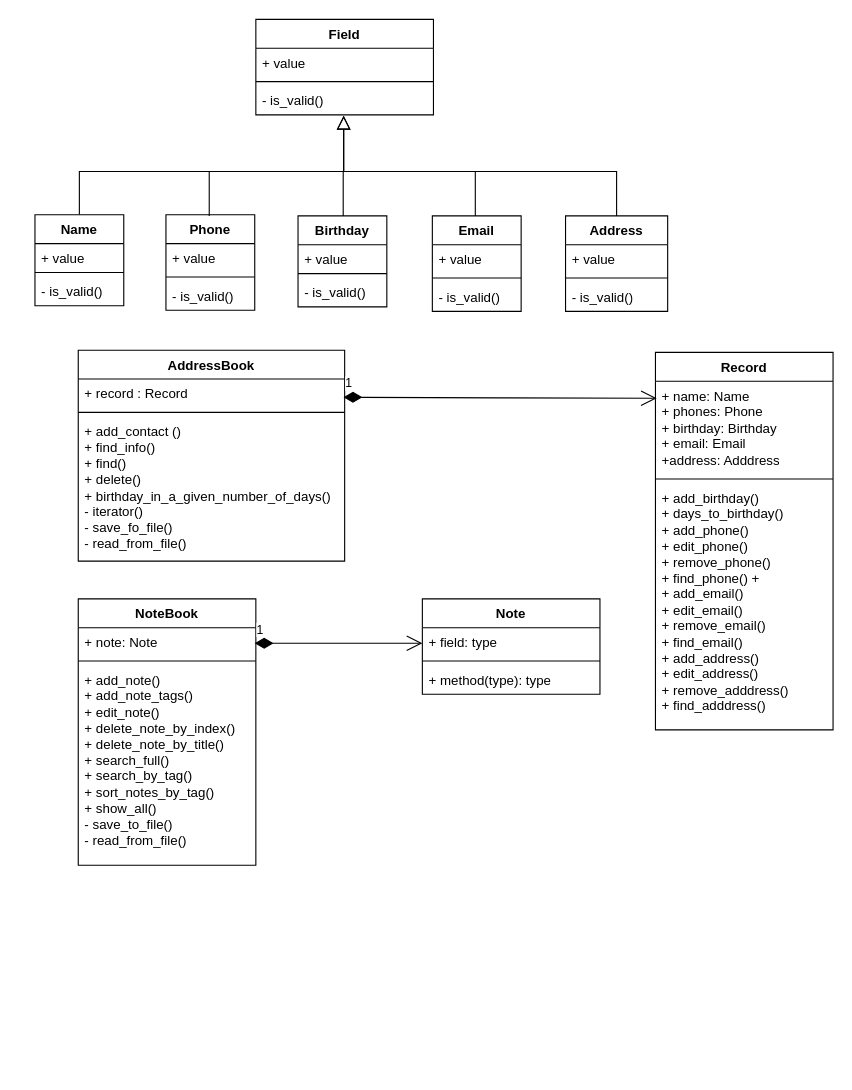
YaroslavaSegal/First_repo keeps this draw.io diagram as Homework1.drawio. Above is the earlier version. Source tidied: cells renumbered, new cells numbered last; positions are measured from the earlier drawing's top-left corner, leaving out a move shared by most shapes. Both pictures are drawn from the tidied source at 111%, with x=0, y=0 at pixel (34, 19).
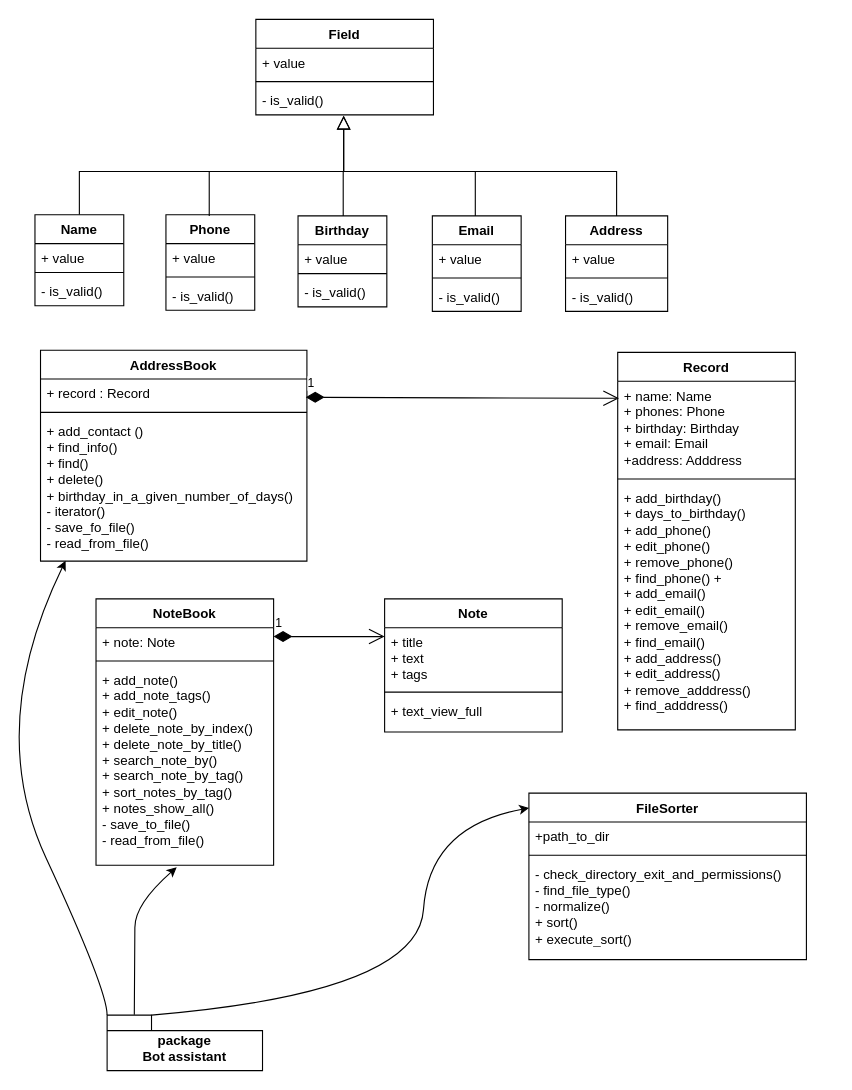
After the change.

Unchanged cells that the change refers to:
```xml
<mxCell id="36" value="+ name: Name&lt;div&gt;+ phones: Phone&lt;/div&gt;&lt;div&gt;+ birthday: Birthday&lt;/div&gt;&lt;div&gt;+ email: Email&lt;/div&gt;&lt;div&gt;+address: Adddress&lt;/div&gt;" style="text;strokeColor=none;fillColor=none;align=left;verticalAlign=top;spacingLeft=4;spacingRight=4;overflow=hidden;points=[[0,0.5],[1,0.5]];portConstraint=eastwest;whiteSpace=wrap;html=1;" parent="35" vertex="1">
  <mxGeometry y="26" width="160" height="84" as="geometry" />
</mxCell>
```

Diff of the diagram source:
```diff
@@
     <mxCell id="31" value="AddressBook" style="swimlane;fontStyle=1;align=center;verticalAlign=top;horizontal=1;startSize=26;whiteSpace=wrap;html=1;" parent="1" vertex="1">
-      <mxGeometry x="39" y="298" width="240" height="190" as="geometry" />
+      <mxGeometry x="5" y="298" width="240" height="190" as="geometry" />
     </mxCell>
@@
     <mxCell id="35" value="Record" style="swimlane;fontStyle=1;align=center;verticalAlign=top;horizontal=1;startSize=26;whiteSpace=wrap;html=1;" parent="1" vertex="1">
-      <mxGeometry x="559" y="300" width="160" height="340" as="geometry" />
+      <mxGeometry x="525" y="300" width="160" height="340" as="geometry" />
     </mxCell>
@@
     <mxCell id="39" value="1" style="endArrow=open;html=1;endSize=12;startArrow=diamondThin;startSize=14;startFill=1;edgeStyle=orthogonalEdgeStyle;align=left;verticalAlign=bottom;rounded=0;entryX=0.007;entryY=0.182;entryDx=0;entryDy=0;entryPerimeter=0;" parent="1" edge="1" target="36">
       <mxGeometry x="-1" y="3" relative="1" as="geometry">
-        <mxPoint x="278" y="340.4" as="sourcePoint" />
+        <mxPoint x="244" y="340.4" as="sourcePoint" />
       </mxGeometry>
     </mxCell>
     <mxCell id="40" value="NoteBook" style="swimlane;fontStyle=1;align=center;verticalAlign=top;horizontal=1;startSize=26;whiteSpace=wrap;html=1;" parent="1" vertex="1">
-      <mxGeometry x="39" y="522" width="160" height="240" as="geometry" />
+      <mxGeometry x="55" y="522" width="160" height="240" as="geometry" />
     </mxCell>
@@
-    <mxCell id="43" value="+ add_note()&lt;div&gt;+ add_note_tags()&lt;/div&gt;&lt;div&gt;+ edit_note()&lt;/div&gt;&lt;div&gt;+ delete_note_by_index()&lt;/div&gt;&lt;div&gt;+ delete_note_by_title()&amp;nbsp;&lt;/div&gt;&lt;div&gt;+ search_full()&lt;/div&gt;&lt;div&gt;+ search_by_tag()&lt;/div&gt;&lt;div&gt;&lt;span style=&quot;background-color: initial;&quot;&gt;+ sort_notes_by_tag()&lt;/span&gt;&lt;/div&gt;&lt;div&gt;+ show_all()&lt;/div&gt;&lt;div&gt;- save_to_file()&lt;/div&gt;&lt;div&gt;- read_from_file()&lt;/div&gt;" style="text;strokeColor=none;fillColor=none;align=left;verticalAlign=top;spacingLeft=4;spacingRight=4;overflow=hidden;whiteSpace=wrap;html=1;" parent="40" vertex="1">
+    <mxCell id="43" value="+ add_note()&lt;div&gt;+ add_note_tags()&lt;/div&gt;&lt;div&gt;+ edit_note()&lt;/div&gt;&lt;div&gt;+ delete_note_by_index()&lt;/div&gt;&lt;div&gt;+ delete_note_by_title()&amp;nbsp;&lt;/div&gt;&lt;div&gt;+ search_note_by()&lt;/div&gt;&lt;div&gt;+ search_note_by_tag()&lt;/div&gt;&lt;div&gt;&lt;span style=&quot;background-color: initial;&quot;&gt;+ sort_notes_by_tag()&lt;/span&gt;&lt;/div&gt;&lt;div&gt;+ notes_show_all()&lt;/div&gt;&lt;div&gt;- save_to_file()&lt;/div&gt;&lt;div&gt;- read_from_file()&lt;/div&gt;" style="text;strokeColor=none;fillColor=none;align=left;verticalAlign=top;spacingLeft=4;spacingRight=4;overflow=hidden;whiteSpace=wrap;html=1;" parent="40" vertex="1">
       <mxGeometry y="60" width="160" height="180" as="geometry" />
     </mxCell>
     <mxCell id="44" value="Note" style="swimlane;fontStyle=1;align=center;verticalAlign=top;horizontal=1;startSize=26;whiteSpace=wrap;html=1;" parent="1" vertex="1">
-      <mxGeometry x="349" y="522" width="160" height="86" as="geometry" />
+      <mxGeometry x="315" y="522" width="160" height="120" as="geometry" />
     </mxCell>
-    <mxCell id="45" value="+ field: type" style="text;strokeColor=none;fillColor=none;align=left;verticalAlign=top;spacingLeft=4;spacingRight=4;overflow=hidden;whiteSpace=wrap;html=1;" parent="44" vertex="1">
-      <mxGeometry y="26" width="160" height="26" as="geometry" />
+    <mxCell id="45" value="+ title&lt;div&gt;+ text&lt;/div&gt;&lt;div&gt;+ tags&lt;/div&gt;" style="text;strokeColor=none;fillColor=none;align=left;verticalAlign=top;spacingLeft=4;spacingRight=4;overflow=hidden;whiteSpace=wrap;html=1;" parent="44" vertex="1">
+      <mxGeometry y="26" width="160" height="54" as="geometry" />
     </mxCell>
     <mxCell id="46" style="line;strokeWidth=1;fillColor=none;align=left;verticalAlign=middle;spacingTop=-1;spacingLeft=3;spacingRight=3;labelPosition=right;strokeColor=inherit;" parent="44" vertex="1">
-      <mxGeometry y="52" width="160" height="8" as="geometry" />
+      <mxGeometry y="80" width="160" height="8" as="geometry" />
     </mxCell>
-    <mxCell id="47" value="+ method(type): type" style="text;strokeColor=none;fillColor=none;align=left;verticalAlign=top;spacingLeft=4;spacingRight=4;overflow=hidden;whiteSpace=wrap;html=1;" parent="44" vertex="1">
-      <mxGeometry y="60" width="160" height="26" as="geometry" />
+    <mxCell id="47" value="+ text_view_full" style="text;strokeColor=none;fillColor=none;align=left;verticalAlign=top;spacingLeft=4;spacingRight=4;overflow=hidden;whiteSpace=wrap;html=1;" parent="44" vertex="1">
+      <mxGeometry y="88" width="160" height="32" as="geometry" />
     </mxCell>
     <mxCell id="48" value="1" style="endArrow=open;html=1;endSize=12;startArrow=diamondThin;startSize=14;startFill=1;edgeStyle=orthogonalEdgeStyle;align=left;verticalAlign=bottom;rounded=0;" parent="1" edge="1">
       <mxGeometry x="-1" y="3" relative="1" as="geometry">
-        <mxPoint x="198" y="562" as="sourcePoint" />
-        <mxPoint x="349" y="562" as="targetPoint" />
+        <mxPoint x="215" y="556" as="sourcePoint" />
+        <mxPoint x="315" y="556" as="targetPoint" />
       </mxGeometry>
     </mxCell>
+    <mxCell id="49" value="FileSorter&lt;div&gt;&lt;br&gt;&lt;/div&gt;" style="swimlane;fontStyle=1;align=center;verticalAlign=top;horizontal=1;startSize=26;whiteSpace=wrap;html=1;" parent="1" vertex="1">
+      <mxGeometry x="445" y="697" width="250" height="150" as="geometry" />
+    </mxCell>
+    <mxCell id="50" value="+path_to_dir" style="text;strokeColor=none;fillColor=none;align=left;verticalAlign=top;spacingLeft=4;spacingRight=4;overflow=hidden;whiteSpace=wrap;html=1;" parent="49" vertex="1">
+      <mxGeometry y="26" width="250" height="26" as="geometry" />
+    </mxCell>
+    <mxCell id="51" style="line;strokeWidth=1;fillColor=none;align=left;verticalAlign=middle;spacingTop=-1;spacingLeft=3;spacingRight=3;labelPosition=right;strokeColor=inherit;" parent="49" vertex="1">
+      <mxGeometry y="52" width="250" height="8" as="geometry" />
+    </mxCell>
+    <mxCell id="52" value="- check_directory_exit_and_permissions()&lt;div&gt;- find_file_type()&lt;/div&gt;&lt;div&gt;- normalize()&lt;/div&gt;&lt;div&gt;+ sort()&lt;/div&gt;&lt;div&gt;+ execute_sort()&lt;/div&gt;" style="text;strokeColor=none;fillColor=none;align=left;verticalAlign=top;spacingLeft=4;spacingRight=4;overflow=hidden;whiteSpace=wrap;html=1;" parent="49" vertex="1">
+      <mxGeometry y="60" width="250" height="90" as="geometry" />
+    </mxCell>
+    <mxCell id="53" value="package&lt;div&gt;Bot assistant&lt;/div&gt;" style="shape=folder;fontStyle=1;spacingTop=10;tabWidth=40;tabHeight=14;tabPosition=left;html=1;whiteSpace=wrap;" parent="1" vertex="1">
+      <mxGeometry x="65" y="897" width="140" height="50" as="geometry" />
+    </mxCell>
+    <mxCell id="54" style="curved=1;endArrow=classic;html=1;rounded=0;exitX=0;exitY=0;exitDx=40;exitDy=0;exitPerimeter=0;entryX=0.001;entryY=0.089;entryDx=0;entryDy=0;entryPerimeter=0;" parent="1" edge="1" source="53" target="49">
+      <mxGeometry relative="1" as="geometry">
+        <Array as="points">
+          <mxPoint x="345" y="877" />
+          <mxPoint x="355" y="727" />
+        </Array>
+      </mxGeometry>
+    </mxCell>
+    <mxCell id="55" style="curved=1;endArrow=classic;html=1;rounded=0;exitX=0.076;exitY=-0.048;exitDx=0;exitDy=0;exitPerimeter=0;entryX=0.648;entryY=1.032;entryDx=0;entryDy=0;entryPerimeter=0;" parent="1" edge="1">
+      <mxGeometry relative="1" as="geometry">
+        <mxPoint x="89.5" y="896.6" as="sourcePoint" />
+        <mxPoint x="127.7" y="763.8" as="targetPoint" />
+        <Array as="points">
+          <mxPoint x="90" y="839" />
+          <mxPoint x="90" y="797" />
+        </Array>
+      </mxGeometry>
+    </mxCell>
+    <mxCell id="56" style="curved=1;endArrow=classic;html=1;rounded=0;entryX=0.094;entryY=1.02;entryDx=0;entryDy=0;entryPerimeter=0;exitX=0;exitY=0;exitDx=0;exitDy=0;exitPerimeter=0;" parent="1" edge="1" source="53">
+      <mxGeometry relative="1" as="geometry">
+        <mxPoint x="27.6" y="487.6" as="targetPoint" />
+        <Array as="points">
+          <mxPoint x="65" y="874" />
+          <mxPoint x="-45" y="637" />
+        </Array>
+      </mxGeometry>
+    </mxCell>
```
